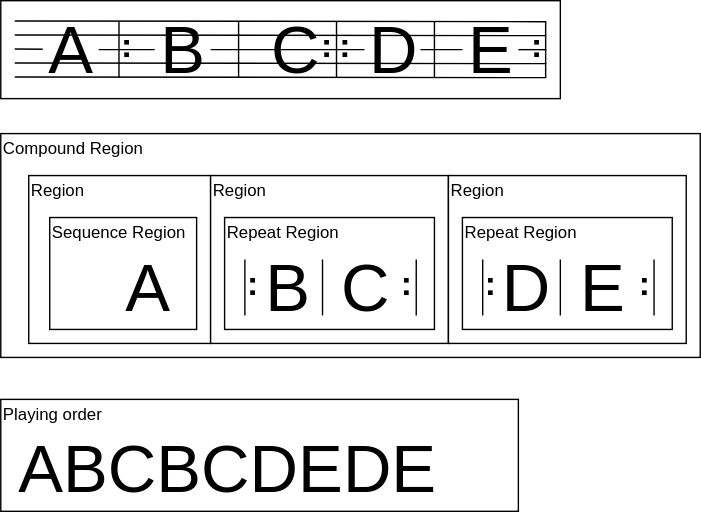
Earlier version of the draw.io export docs/repeat/example04.drawio.svg (ruimo/klavier-core). Source tidied: cells renumbered, new cells last; positions are measured from the earlier drawing's top-left corner, leaving out a move shared by most shapes.
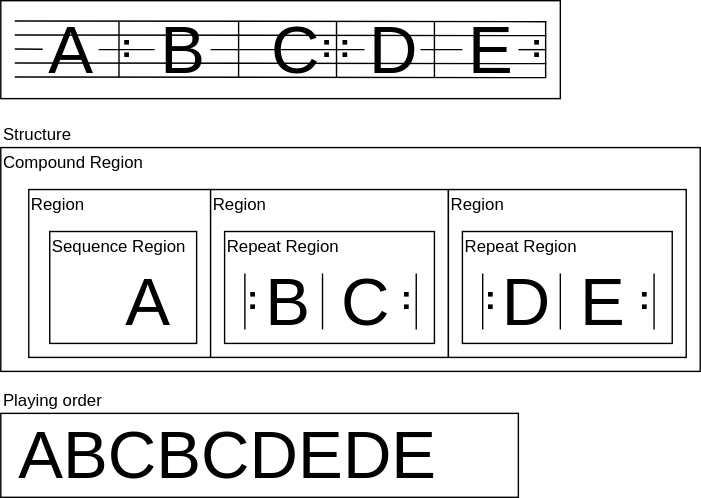
After the change.

Change to the diagram source:
```diff
@@ -9,49 +9,49 @@
       <mxGeometry x="20" y="125" width="130" height="120" as="geometry" />
     </mxCell>
     <mxCell id="4" style="rounded=0;whiteSpace=wrap;html=1;" parent="1" vertex="1">
-      <mxGeometry width="400" height="70" as="geometry" />
+      <mxGeometry y="-10" width="400" height="70" as="geometry" />
     </mxCell>
     <mxCell id="5" style="endArrow=none;html=1;" parent="1" edge="1">
       <mxGeometry relative="1" as="geometry">
-        <mxPoint x="10" y="14.5" as="sourcePoint" />
-        <mxPoint x="390" y="15" as="targetPoint" />
+        <mxPoint x="10" y="4.5" as="sourcePoint" />
+        <mxPoint x="390" y="5" as="targetPoint" />
       </mxGeometry>
     </mxCell>
     <mxCell id="6" style="endArrow=none;html=1;" parent="1" edge="1">
       <mxGeometry relative="1" as="geometry">
-        <mxPoint x="10" y="24.5" as="sourcePoint" />
-        <mxPoint x="390" y="25" as="targetPoint" />
+        <mxPoint x="10" y="14.5" as="sourcePoint" />
+        <mxPoint x="390" y="15" as="targetPoint" />
       </mxGeometry>
     </mxCell>
     <mxCell id="7" style="endArrow=none;html=1;" parent="1" edge="1" source="48">
       <mxGeometry relative="1" as="geometry">
-        <mxPoint x="390" y="35" as="targetPoint" />
+        <mxPoint x="390" y="25" as="targetPoint" />
       </mxGeometry>
     </mxCell>
     <mxCell id="8" style="endArrow=none;html=1;" parent="1" edge="1">
       <mxGeometry relative="1" as="geometry">
-        <mxPoint x="10" y="44.5" as="sourcePoint" />
-        <mxPoint x="390" y="45" as="targetPoint" />
+        <mxPoint x="10" y="34.5" as="sourcePoint" />
+        <mxPoint x="390" y="35" as="targetPoint" />
       </mxGeometry>
     </mxCell>
     <mxCell id="9" style="endArrow=none;html=1;" parent="1" edge="1">
       <mxGeometry relative="1" as="geometry">
-        <mxPoint x="10" y="54.5" as="sourcePoint" />
-        <mxPoint x="390" y="55" as="targetPoint" />
+        <mxPoint x="10" y="44.5" as="sourcePoint" />
+        <mxPoint x="390" y="45" as="targetPoint" />
       </mxGeometry>
     </mxCell>
     <mxCell id="10" value="&lt;font style=&quot;font-size: 48px&quot;&gt;A&lt;/font&gt;" style="text;html=1;strokeColor=none;fillColor=none;align=center;verticalAlign=middle;whiteSpace=wrap;rounded=0;" parent="1" vertex="1">
-      <mxGeometry x="30" y="25" width="40" height="20" as="geometry" />
+      <mxGeometry x="30" y="15" width="40" height="20" as="geometry" />
     </mxCell>
     <mxCell id="11" style="endArrow=none;html=1;" parent="1" edge="1" target="10">
       <mxGeometry relative="1" as="geometry">
-        <mxPoint x="10" y="34.5" as="sourcePoint" />
+        <mxPoint x="10" y="24.5" as="sourcePoint" />
       </mxGeometry>
     </mxCell>
     <mxCell id="12" style="endArrow=none;html=1;" parent="1" edge="1">
       <mxGeometry relative="1" as="geometry">
-        <mxPoint x="170" y="55" as="sourcePoint" />
-        <mxPoint x="170" y="15" as="targetPoint" />
+        <mxPoint x="170" y="45" as="sourcePoint" />
+        <mxPoint x="170" y="5" as="targetPoint" />
       </mxGeometry>
     </mxCell>
     <mxCell id="13" style="rounded=0;whiteSpace=wrap;html=1;" parent="1" vertex="1">
@@ -64,7 +64,7 @@
       <mxGeometry x="85" y="195" width="40" height="20" as="geometry" />
     </mxCell>
     <mxCell id="16" value="&lt;font style=&quot;font-size: 48px&quot;&gt;B&lt;/font&gt;" style="text;html=1;strokeColor=none;fillColor=none;align=center;verticalAlign=middle;whiteSpace=wrap;rounded=0;" parent="1" vertex="1">
-      <mxGeometry x="110" y="25" width="40" height="20" as="geometry" />
+      <mxGeometry x="110" y="15" width="40" height="20" as="geometry" />
     </mxCell>
     <mxCell id="17" value="Compound Region" style="text;html=1;strokeColor=none;fillColor=none;align=left;verticalAlign=middle;whiteSpace=wrap;rounded=0;" parent="1" vertex="1">
       <mxGeometry y="95" width="200" height="20" as="geometry" />
@@ -73,12 +73,12 @@
       <mxGeometry x="20" y="125" width="150" height="20" as="geometry" />
     </mxCell>
     <mxCell id="19" value="&lt;font style=&quot;font-size: 48px&quot;&gt;C&lt;/font&gt;" style="text;html=1;strokeColor=none;fillColor=none;align=center;verticalAlign=middle;whiteSpace=wrap;rounded=0;" parent="1" vertex="1">
-      <mxGeometry x="190" y="25" width="40" height="20" as="geometry" />
+      <mxGeometry x="190" y="15" width="40" height="20" as="geometry" />
     </mxCell>
     <mxCell id="20" style="endArrow=none;html=1;" parent="1" edge="1">
       <mxGeometry relative="1" as="geometry">
-        <mxPoint x="310" y="55" as="sourcePoint" />
-        <mxPoint x="310" y="15" as="targetPoint" />
+        <mxPoint x="310" y="45" as="sourcePoint" />
+        <mxPoint x="310" y="5" as="targetPoint" />
       </mxGeometry>
     </mxCell>
     <mxCell id="21" style="rounded=0;whiteSpace=wrap;html=1;" parent="1" vertex="1">
@@ -109,7 +109,7 @@
       <mxGeometry y="7" width="40" height="20" as="geometry" />
     </mxCell>
     <mxCell id="29" style="group;" parent="1" vertex="1">
-      <mxGeometry x="70" y="15" width="40" height="40" as="geometry" />
+      <mxGeometry x="70" y="5" width="40" height="40" as="geometry" />
     </mxCell>
     <mxCell id="30" style="endArrow=none;html=1;" parent="29" edge="1" source="10" target="16">
       <mxGeometry relative="1" as="geometry" />
@@ -133,7 +133,7 @@
       <mxGeometry x="240" y="195" width="40" height="20" as="geometry" />
     </mxCell>
     <mxCell id="35" style="group;" parent="1" vertex="1">
-      <mxGeometry x="213" y="15" width="40" height="40" as="geometry" />
+      <mxGeometry x="213" y="5" width="40" height="40" as="geometry" />
     </mxCell>
     <mxCell id="36" style="group;" parent="35" vertex="1">
       <mxGeometry width="40" height="40" as="geometry" />
@@ -172,19 +172,19 @@
       <mxGeometry y="7" width="40" height="20" as="geometry" />
     </mxCell>
     <mxCell id="46" value="&lt;font style=&quot;font-size: 48px&quot;&gt;D&lt;/font&gt;" style="text;html=1;strokeColor=none;fillColor=none;align=center;verticalAlign=middle;whiteSpace=wrap;rounded=0;" parent="1" vertex="1">
-      <mxGeometry x="260" y="25" width="40" height="20" as="geometry" />
+      <mxGeometry x="260" y="15" width="40" height="20" as="geometry" />
     </mxCell>
     <mxCell id="47" style="endArrow=none;html=1;" parent="1" edge="1" source="16" target="46">
       <mxGeometry relative="1" as="geometry" />
     </mxCell>
     <mxCell id="48" value="&lt;font style=&quot;font-size: 48px&quot;&gt;E&lt;/font&gt;" style="text;html=1;strokeColor=none;fillColor=none;align=center;verticalAlign=middle;whiteSpace=wrap;rounded=0;" parent="1" vertex="1">
-      <mxGeometry x="330" y="25" width="40" height="20" as="geometry" />
+      <mxGeometry x="330" y="15" width="40" height="20" as="geometry" />
     </mxCell>
     <mxCell id="49" style="endArrow=none;html=1;" parent="1" edge="1" source="46" target="48">
       <mxGeometry relative="1" as="geometry" />
     </mxCell>
     <mxCell id="50" style="group;" parent="1" vertex="1">
-      <mxGeometry x="362.5" y="15" width="40" height="40" as="geometry" />
+      <mxGeometry x="362.5" y="5" width="40" height="40" as="geometry" />
     </mxCell>
     <mxCell id="51" style="endArrow=none;html=1;" parent="50" edge="1">
       <mxGeometry relative="1" as="geometry">
@@ -250,16 +250,19 @@
       <mxGeometry y="7" width="40" height="20" as="geometry" />
     </mxCell>
     <mxCell id="68" value="&lt;font style=&quot;font-size: 24px&quot;&gt;&lt;b&gt;:&lt;/b&gt;&lt;/font&gt;" style="text;html=1;strokeColor=none;fillColor=none;align=center;verticalAlign=middle;whiteSpace=wrap;rounded=0;rotation=0;" parent="1" vertex="1">
-      <mxGeometry x="225.5" y="22" width="40" height="20" as="geometry" />
+      <mxGeometry x="225.5" y="12" width="40" height="20" as="geometry" />
     </mxCell>
     <mxCell id="69" style="rounded=0;whiteSpace=wrap;html=1;" parent="1" vertex="1">
-      <mxGeometry y="285" width="370" height="80" as="geometry" />
+      <mxGeometry y="285" width="370" height="60" as="geometry" />
     </mxCell>
+    <mxCell id="71" value="&lt;font style=&quot;font-size: 48px&quot;&gt;ABCBCDEDE&lt;/font&gt;" style="text;html=1;strokeColor=none;fillColor=none;align=left;verticalAlign=middle;whiteSpace=wrap;rounded=0;" parent="1" vertex="1">
+      <mxGeometry x="11" y="305" width="40" height="20" as="geometry" />
+    </mxCell>
+    <mxCell id="72" value="Structure" style="text;html=1;strokeColor=none;fillColor=none;align=left;verticalAlign=middle;whiteSpace=wrap;rounded=0;" parent="1" vertex="1">
+      <mxGeometry y="75" width="140" height="20" as="geometry" />
+    </mxCell>
     <mxCell id="70" value="Playing order" style="text;html=1;strokeColor=none;fillColor=none;align=left;verticalAlign=middle;whiteSpace=wrap;rounded=0;" parent="1" vertex="1">
-      <mxGeometry y="285" width="200" height="20" as="geometry" />
+      <mxGeometry y="265" width="140" height="20" as="geometry" />
     </mxCell>
-    <mxCell id="71" value="&lt;font style=&quot;font-size: 48px&quot;&gt;ABCBCDEDE&lt;/font&gt;" style="text;html=1;strokeColor=none;fillColor=none;align=left;verticalAlign=middle;whiteSpace=wrap;rounded=0;" parent="1" vertex="1">
-      <mxGeometry x="11" y="325" width="40" height="20" as="geometry" />
-    </mxCell>
   </root>
 </mxGraphModel>
```
